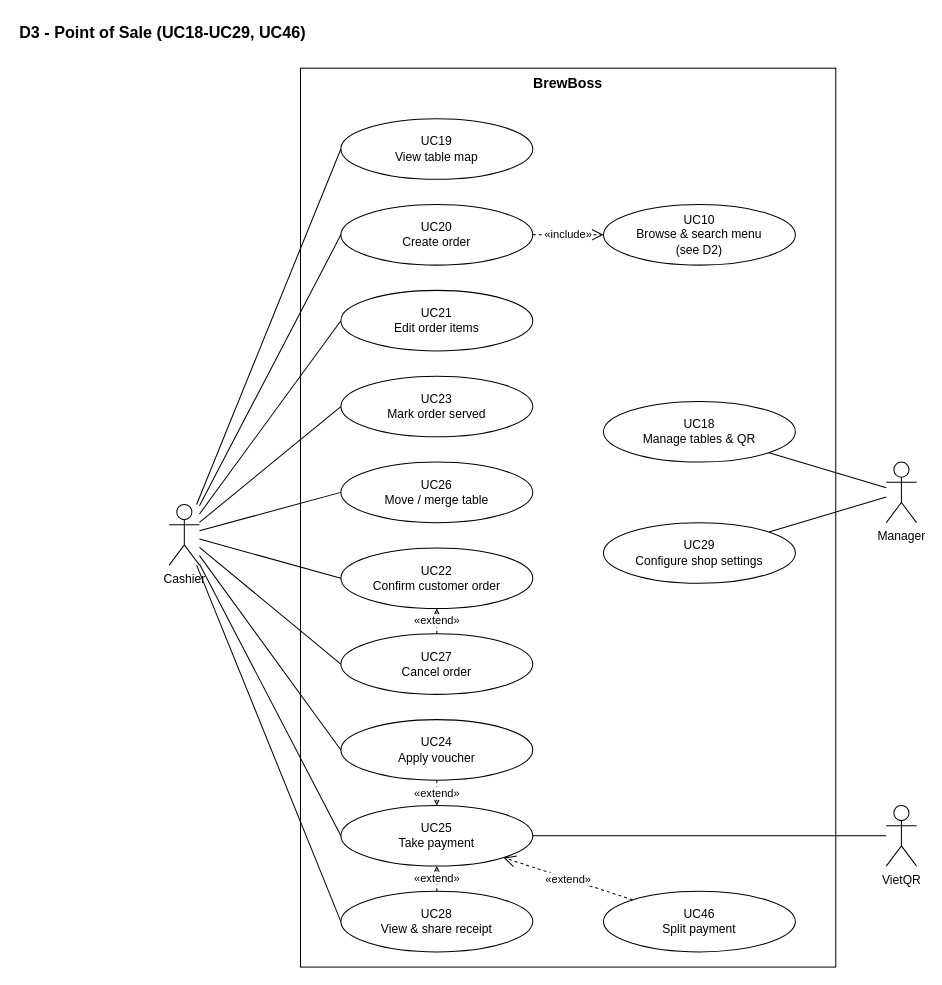
Above: page "D3 Point of Sale" (4 of 6) of docs/diagrams/use-case-diagrams.drawio in huytran303/CafeManagementSystem (draw.io), before the change. Source tidied: cells renumbered, new cells numbered last; positions are measured from the earlier drawing's top-left corner, leaving out a move shared by most shapes. Both pictures are drawn from the tidied source at 101%, with x=0, y=0 at pixel (17, 17).
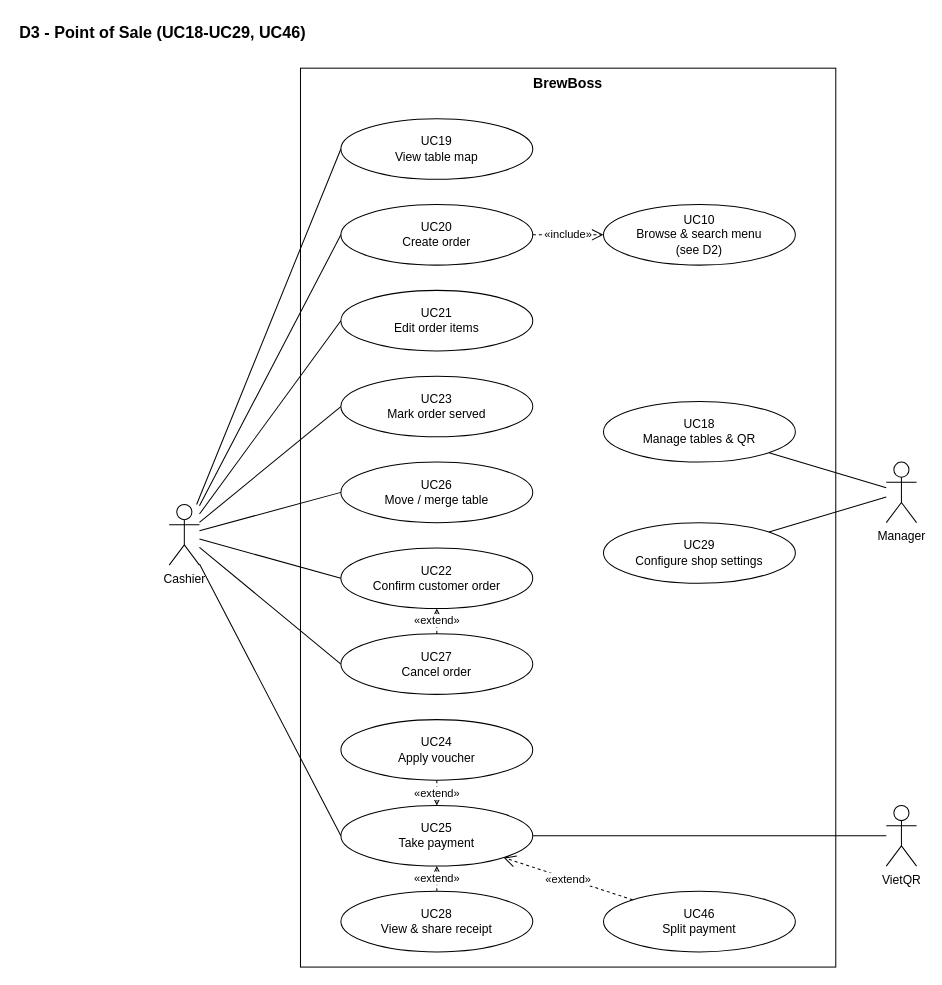
Above is the later version.

The change refers to these unchanged cells:
```xml
<mxCell id="11" value="UC24&lt;br&gt;Apply voucher" style="ellipse;whiteSpace=wrap;html=1;fillColor=#ffffff;fontSize=12;" parent="1" vertex="1">
  <mxGeometry x="320" y="695" width="190" height="60" as="geometry" />
</mxCell>
<mxCell id="13" value="UC28&lt;br&gt;View &amp;amp; share receipt" style="ellipse;whiteSpace=wrap;html=1;fillColor=#ffffff;fontSize=12;" parent="1" vertex="1">
  <mxGeometry x="320" y="865" width="190" height="60" as="geometry" />
</mxCell>
<mxCell id="18" value="Cashier" style="shape=umlActor;verticalLabelPosition=bottom;verticalAlign=top;html=1;outlineConnect=0;fillColor=#ffffff;" parent="1" vertex="1">
  <mxGeometry x="150" y="482" width="30" height="60" as="geometry" />
</mxCell>
```

What changed in the source:
```diff
@@
-    <mxCell id="28" style="endArrow=none;html=1;rounded=0;entryX=0;entryY=0.5;entryDx=0;entryDy=0;" parent="1" edge="1" source="18" target="11">
-      <mxGeometry relative="1" as="geometry" />
-    </mxCell>
@@
-    <mxCell id="30" style="endArrow=none;html=1;rounded=0;entryX=0;entryY=0.5;entryDx=0;entryDy=0;" parent="1" edge="1" source="18" target="13">
-      <mxGeometry relative="1" as="geometry" />
-    </mxCell>
```
